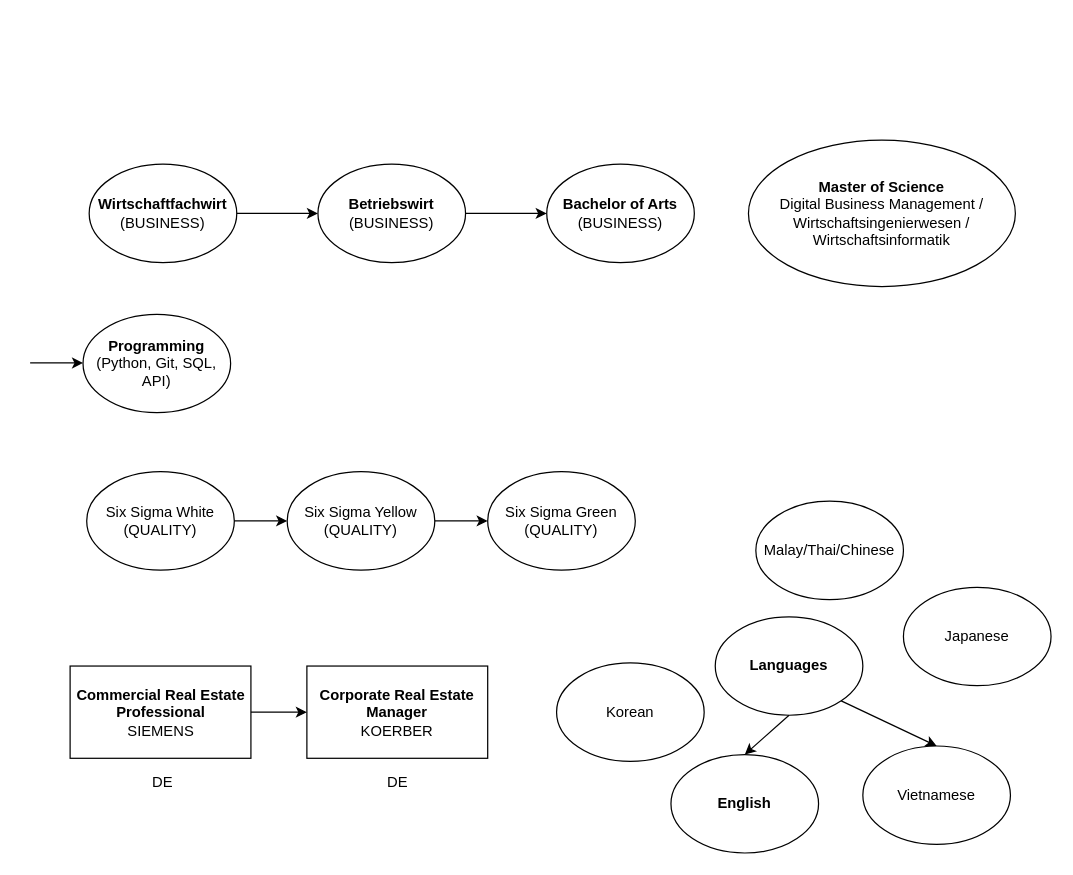
Earlier version of the draw.io diagram page "Career" (1 of 4) of Notes/My CS Roadmap.drawio (wunschzettel891/Workbench). Source tidied: cells renumbered, new cells numbered last; positions are measured from the earlier drawing's top-left corner, leaving out a move shared by most shapes. Both pictures are drawn from the tidied source at 123%, with x=0, y=0 at pixel (30, 139).
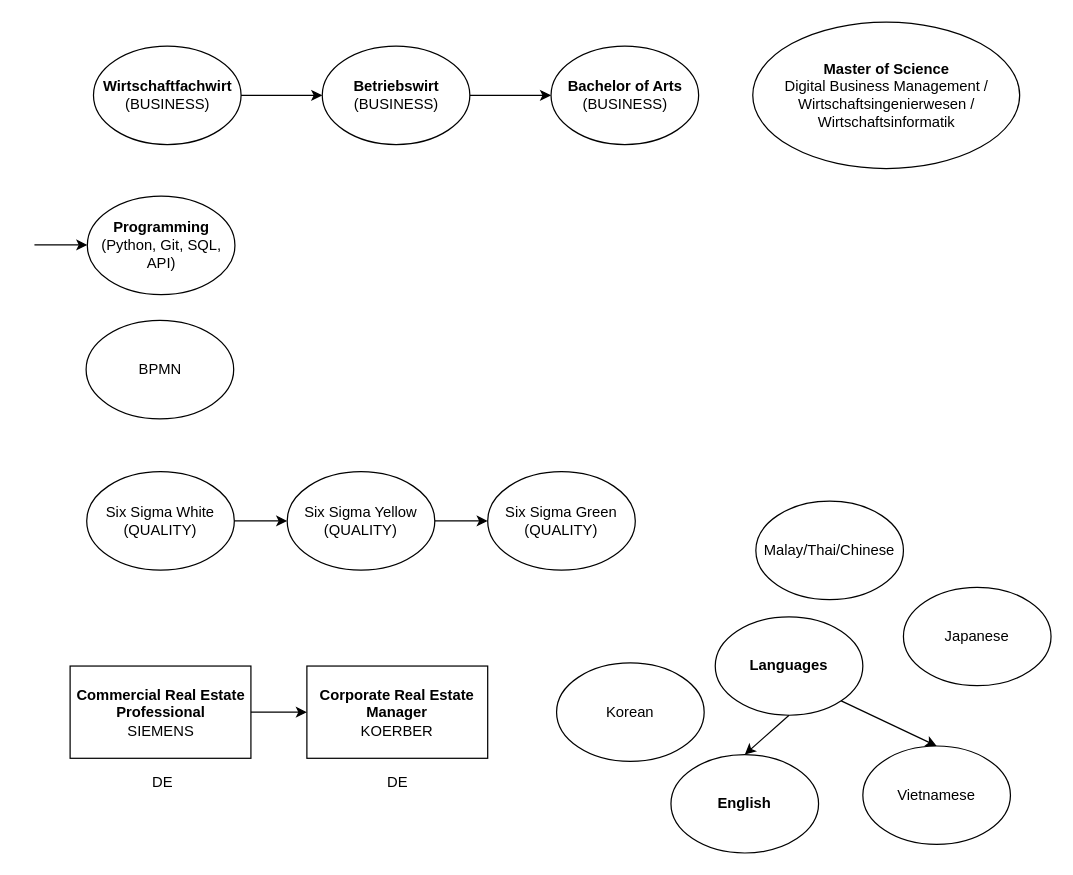
The same page after the edit.

Change to the diagram source:
```diff
@@
     <mxCell id="2" value="&lt;div&gt;&lt;b&gt;Wirtschaftfachwirt&lt;/b&gt;&lt;/div&gt;&lt;div&gt;(BUSINESS)&lt;/div&gt;" style="ellipse;whiteSpace=wrap;html=1;fillColor=light-dark(#FFFFFF,#00FF00);fillStyle=solid;fontColor=light-dark(#000000,#000000);strokeColor=light-dark(#000000,#000000);" parent="1" vertex="1">
-      <mxGeometry x="48" y="20" width="120" height="80" as="geometry" />
+      <mxGeometry x="51.5" y="-76" width="120" height="80" as="geometry" />
     </mxCell>
     <mxCell id="3" value="&lt;div&gt;&lt;b&gt;Betriebswirt&lt;/b&gt;&lt;/div&gt;&lt;div&gt;(BUSINESS)&lt;/div&gt;" style="ellipse;whiteSpace=wrap;html=1;fillColor=light-dark(#FFFFFF, #00f900);fillStyle=solid;fontColor=light-dark(#000000,#000000);strokeColor=light-dark(#000000,#000000);" parent="1" vertex="1">
-      <mxGeometry x="234" y="20" width="120" height="80" as="geometry" />
+      <mxGeometry x="237.5" y="-76" width="120" height="80" as="geometry" />
     </mxCell>
     <mxCell id="4" value="&lt;div&gt;&lt;b&gt;Bachelor of Arts&lt;/b&gt;&lt;/div&gt;&lt;div&gt;(BUSINESS)&lt;/div&gt;" style="ellipse;whiteSpace=wrap;html=1;fillColor=light-dark(#FFFFFF,#FFFF00);fillStyle=solid;fontColor=light-dark(#000000,#000000);strokeColor=light-dark(#000000,#000000);" parent="1" vertex="1">
-      <mxGeometry x="420" y="20" width="120" height="80" as="geometry" />
+      <mxGeometry x="423.5" y="-76" width="120" height="80" as="geometry" />
     </mxCell>
     <mxCell id="5" value="&lt;div&gt;&lt;b&gt;Master of Science&lt;/b&gt;&lt;/div&gt;Digital Business Management / Wirtschaftsingenierwesen / Wirtschaftsinformatik" style="ellipse;whiteSpace=wrap;html=1;fillColor=light-dark(#FFFFFF,#FFFFFF);fillStyle=solid;fontColor=light-dark(#000000,#000000);strokeColor=light-dark(#000000,#000000);" parent="1" vertex="1">
-      <mxGeometry x="584" y="0.5" width="217" height="119" as="geometry" />
+      <mxGeometry x="587.5" y="-95.5" width="217" height="119" as="geometry" />
     </mxCell>
@@
     <mxCell id="18" value="&lt;b&gt;Programming&lt;/b&gt; (Python, Git, SQL, API)" style="ellipse;whiteSpace=wrap;html=1;fillColor=light-dark(#FFFFFF,#FFFF00);fillStyle=solid;fontColor=light-dark(#000000,#000000);strokeColor=light-dark(#000000,#000000);" parent="1" vertex="1">
-      <mxGeometry x="43" y="142" width="120" height="80" as="geometry" />
+      <mxGeometry x="46.5" y="46" width="120" height="80" as="geometry" />
     </mxCell>
     <mxCell id="19" style="endArrow=classic;html=1;rounded=0;exitX=1;exitY=0.5;exitDx=0;exitDy=0;strokeColor=light-dark(#000000,#000000);entryX=0;entryY=0.5;entryDx=0;entryDy=0;" parent="1" edge="1">
       <mxGeometry relative="1" as="geometry">
-        <mxPoint y="181.6" as="sourcePoint" />
-        <mxPoint x="43" y="181.6" as="targetPoint" />
+        <mxPoint x="3.5" y="85.6" as="sourcePoint" />
+        <mxPoint x="46.5" y="85.6" as="targetPoint" />
       </mxGeometry>
     </mxCell>
@@
+    <mxCell id="28" value="BPMN" style="ellipse;whiteSpace=wrap;html=1;fillColor=light-dark(#FFFFFF,#FFFFFF);fillStyle=solid;fontColor=light-dark(#000000,#000000);strokeColor=light-dark(#000000,#000000);" parent="1" vertex="1">
+      <mxGeometry x="45.5" y="147" width="120" height="80" as="geometry" />
+    </mxCell>
```
